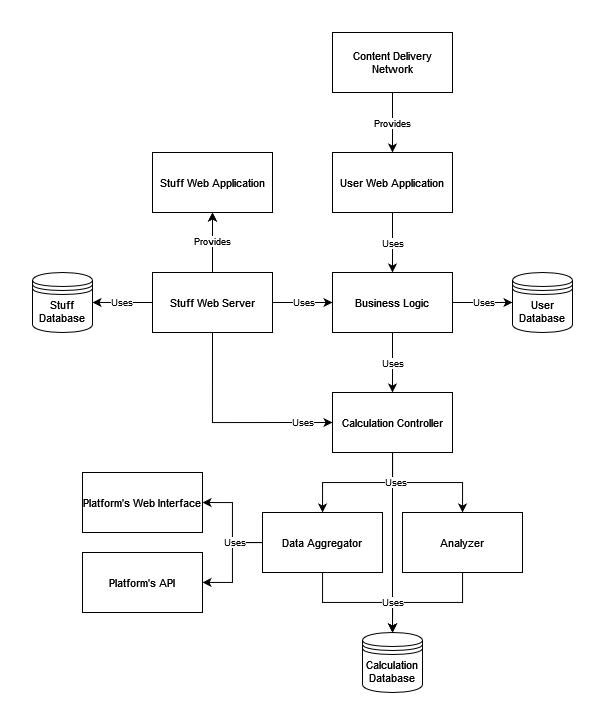
Before: assets/system-design.drawio.png, a diagram exported from draw.io (xaudience/.github). Source tidied: cells renumbered, new cells last; positions are measured from the earlier drawing's top-left corner, leaving out a move shared by most shapes.
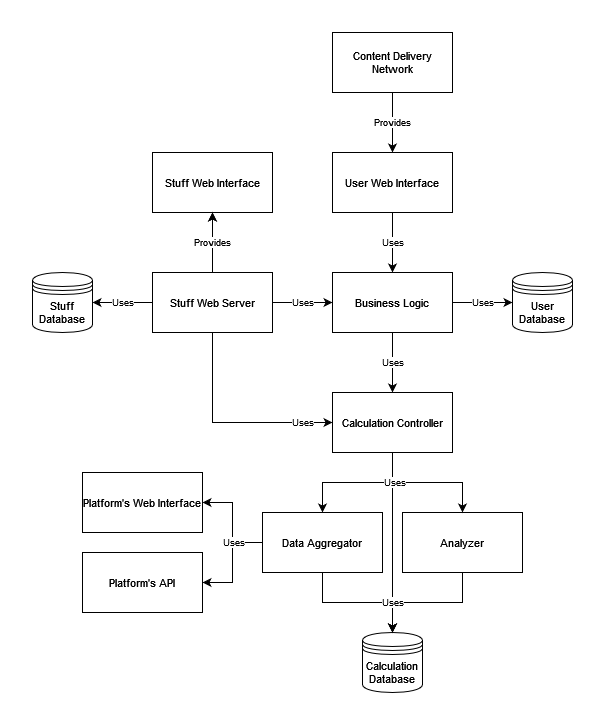
The same file after the commit.

Commit message:
Use a better term

The edit, as a diff of the source:
```diff
@@ -11,10 +11,10 @@
     <mxCell id="4" value="Uses" style="edgeStyle=orthogonalEdgeStyle;rounded=0;jettySize=auto;html=1;entryX=0.5;entryY=0;entryDx=0;entryDy=0;fontSize=9;fontStyle=0;align=center;horizontal=1;" parent="1" edge="1" source="5" target="14">
       <mxGeometry relative="1" as="geometry" />
     </mxCell>
-    <mxCell id="5" value="User Web Application" style="whiteSpace=wrap;html=1;rounded=0;fontSize=11;" parent="1" vertex="1">
+    <mxCell id="5" value="User Web Interface" style="whiteSpace=wrap;html=1;rounded=0;fontSize=11;" parent="1" vertex="1">
       <mxGeometry x="300" y="120" width="120" height="60" as="geometry" />
     </mxCell>
-    <mxCell id="6" value="Stuff Web Application" style="whiteSpace=wrap;html=1;rounded=0;fontSize=11;" parent="1" vertex="1">
+    <mxCell id="6" value="Stuff Web Interface" style="whiteSpace=wrap;html=1;rounded=0;fontSize=11;" parent="1" vertex="1">
       <mxGeometry x="120" y="120" width="120" height="60" as="geometry" />
     </mxCell>
     <mxCell id="7" style="edgeStyle=orthogonalEdgeStyle;jettySize=auto;html=1;rounded=0;fontSize=9;fontStyle=0;align=center;horizontal=1;" parent="1" edge="1" source="11" target="6">
```
